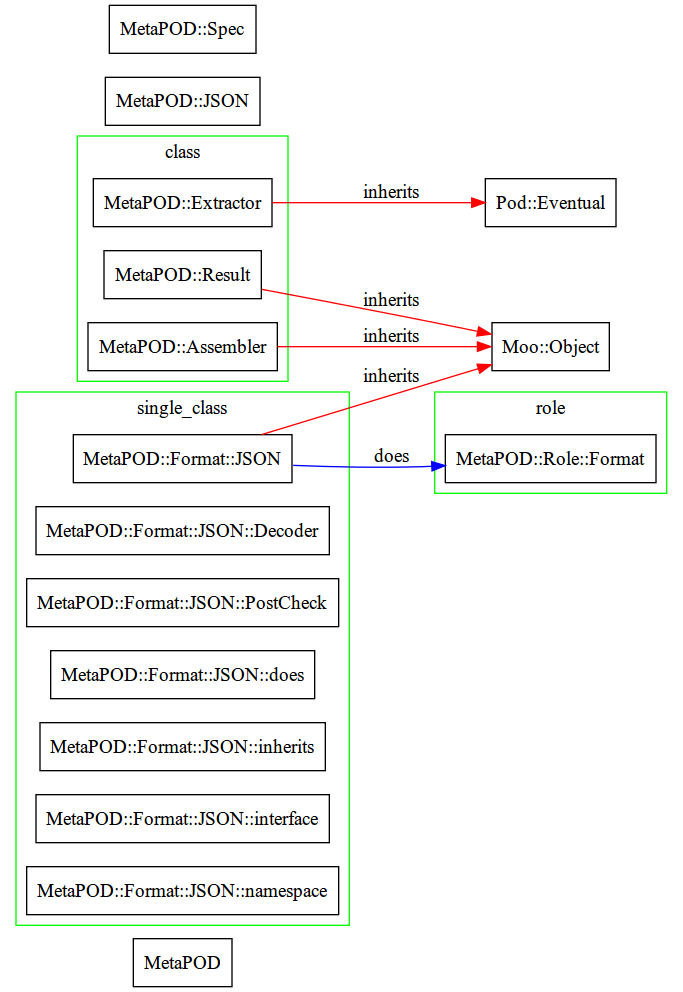
Earlier version of the Graphviz export examples/self_structure.png (gitpan/MetaPOD). Its source is kept beside it as examples/self_structure.dot.
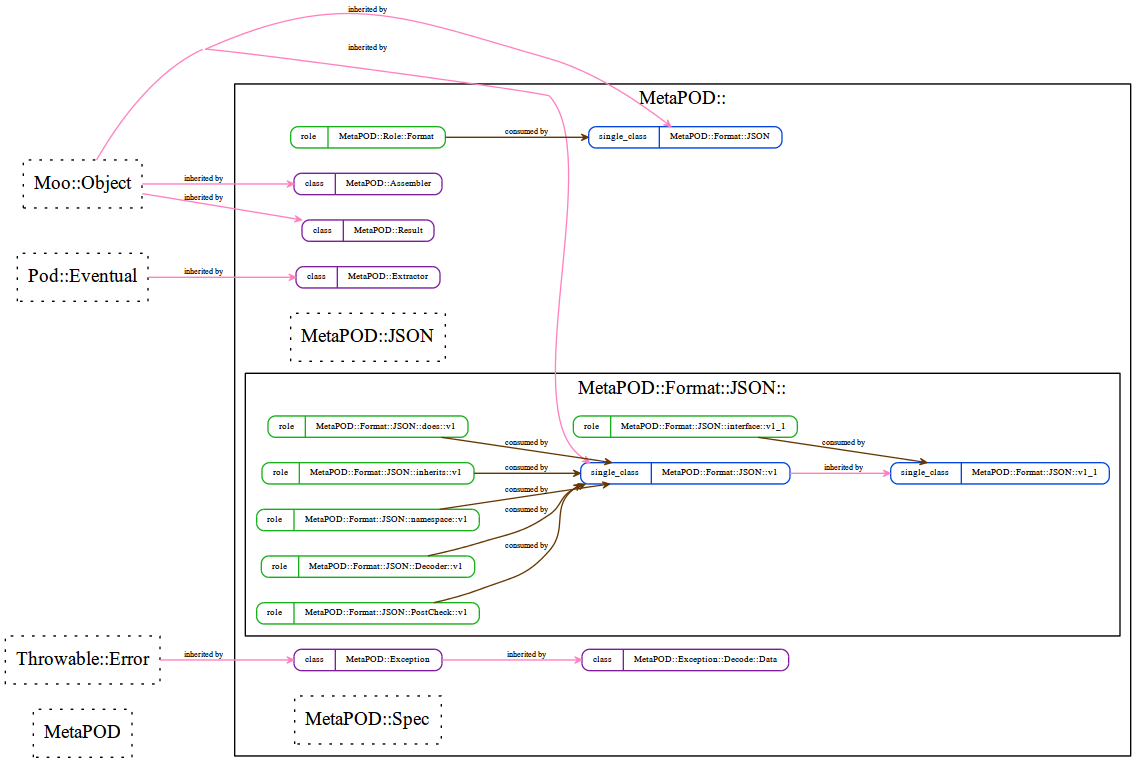
After the commit.

Change to the diagram source:
```diff
@@ -1,35 +1,52 @@
-digraph test {
-	rankdir=LR;
-	ratio="fill";
-	node [shape="box"];
-	MetaPOD [label="MetaPOD"];
-	node2 [label="Moo::Object"];
-	node4 [label="Pod::Eventual"];
-	node5 [label="MetaPOD::JSON"];
-	node7 [label="MetaPOD::Spec"];
-	node1 -> node2 [color="red", dir="forward", label="inherits"];
-	node3 -> node4 [color="red", dir="forward", label="inherits"];
-	node8 -> node9 [color="blue", dir="forward", label="does"];
-	node8 -> node2 [color="red", dir="forward", label="inherits"];
-	node6 -> node2 [color="red", dir="forward", label="inherits"];
-	subgraph cluster_class {
-		color="green"; label="class";
-		node1 [label="MetaPOD::Assembler"];
-		node3 [label="MetaPOD::Extractor"];
-		node6 [label="MetaPOD::Result"];
+graph Perl {
+	graph [compound=1, concentrate=1, mindist="0.1", rankdir=LR, sep="0.1", smoothing=triangle, splines=spline];
+	node [label="\N", shape=record, style=dotted];
+	edge [minlen=1];
+	subgraph cluster_1 {
+		graph [rankdir=TD,
+			label="MetaPOD::"];
+		subgraph cluster_2 {
+			graph [label="MetaPOD::Format::JSON::"];
+			"MetaPOD::Format::JSON::Decoder::v1" [label="{{<port1> role}|<port2> MetaPOD::Format::JSON::Decoder::v1}", shape=Mrecord, style=solid, color="#15b01a", fontsize=7, height="0.1"];
+			"MetaPOD::Format::JSON::PostCheck::v1" [label="{{<port1> role}|<port2> MetaPOD::Format::JSON::PostCheck::v1}", shape=Mrecord, style=solid, color="#15b01a", fontsize=7, height="0.1"];
+			"MetaPOD::Format::JSON::does::v1" [label="{{<port1> role}|<port2> MetaPOD::Format::JSON::does::v1}", shape=Mrecord, style=solid, color="#15b01a", fontsize=7, height="0.1"];
+			"MetaPOD::Format::JSON::inherits::v1" [label="{{<port1> role}|<port2> MetaPOD::Format::JSON::inherits::v1}", shape=Mrecord, style=solid, color="#15b01a", fontsize=7, height="0.1"];
+			"MetaPOD::Format::JSON::interface::v1_1" [label="{{<port1> role}|<port2> MetaPOD::Format::JSON::interface::v1_1}", shape=Mrecord, style=solid, color="#15b01a", fontsize=7, height="0.1"];
+			"MetaPOD::Format::JSON::namespace::v1" [label="{{<port1> role}|<port2> MetaPOD::Format::JSON::namespace::v1}", shape=Mrecord, style=solid, color="#15b01a", fontsize=7, height="0.1"];
+			"MetaPOD::Format::JSON::v1" [label="{{<port1> single_class}|<port2> MetaPOD::Format::JSON::v1}", shape=Mrecord, style=solid, color="#0343df", fontsize=7, height="0.1"];
+			"MetaPOD::Format::JSON::v1_1" [label="{{<port1> single_class}|<port2> MetaPOD::Format::JSON::v1_1}", shape=Mrecord, style=solid, color="#0343df", fontsize=7, height="0.1"];
+			"MetaPOD::Format::JSON::Decoder::v1" -- "MetaPOD::Format::JSON::v1" [arrowhead=open, arrowsize="0.5", color="#653700", dir=forward, fontsize=6, headclip=1, label="consumed by", tailclip=1, weight=1];
+			"MetaPOD::Format::JSON::PostCheck::v1" -- "MetaPOD::Format::JSON::v1" [arrowhead=open, arrowsize="0.5", color="#653700", dir=forward, fontsize=6, headclip=1, label="consumed by", tailclip=1, weight=1];
+			"MetaPOD::Format::JSON::does::v1" -- "MetaPOD::Format::JSON::v1" [arrowhead=open, arrowsize="0.5", color="#653700", dir=forward, fontsize=6, headclip=1, label="consumed by", tailclip=1, weight=1];
+			"MetaPOD::Format::JSON::inherits::v1" -- "MetaPOD::Format::JSON::v1" [arrowhead=open, arrowsize="0.5", color="#653700", dir=forward, fontsize=6, headclip=1, label="consumed by", tailclip=1, weight=1];
+			"MetaPOD::Format::JSON::namespace::v1" -- "MetaPOD::Format::JSON::v1" [arrowhead=open, arrowsize="0.5", color="#653700", dir=forward, fontsize=6, headclip=1, label="consumed by", tailclip=1, weight=1];
+			"MetaPOD::Format::JSON::v1" -- "MetaPOD::Format::JSON::v1_1" [arrowhead=open, arrowsize="0.5", color="#ff81c0", dir=forward, fontsize=6, headclip=1, label="inherited by", tailclip=1, weight=100];
+			"MetaPOD::Format::JSON::interface::v1_1" -- "MetaPOD::Format::JSON::v1_1" [arrowhead=open, arrowsize="0.5", color="#653700", dir=forward, fontsize=6, headclip=1, label="consumed by", tailclip=1, weight=1];
+		}
+		"MetaPOD::Assembler" [label="{{<port1> class}|<port2> MetaPOD::Assembler}", shape=Mrecord, style=solid, color="#7e1e9c", fontsize=7, height="0.1"];
+		"MetaPOD::Exception" [label="{{<port1> class}|<port2> MetaPOD::Exception}", shape=Mrecord, style=solid, color="#7e1e9c", fontsize=7, height="0.1"];
+		"MetaPOD::Exception::Decode::Data" [label="{{<port1> class}|<port2> MetaPOD::Exception::Decode::Data}", shape=Mrecord, style=solid, color="#7e1e9c", fontsize=7, height="0.1"];
+		"MetaPOD::Extractor" [label="{{<port1> class}|<port2> MetaPOD::Extractor}", shape=Mrecord, style=solid, color="#7e1e9c", fontsize=7, height="0.1"];
+		"MetaPOD::Format::JSON" [label="{{<port1> single_class}|<port2> MetaPOD::Format::JSON}", shape=Mrecord, style=solid, color="#0343df", fontsize=7, height="0.1"];
+		"MetaPOD::JSON" [label="<port1> MetaPOD::JSON"];
+		"MetaPOD::Result" [label="{{<port1> class}|<port2> MetaPOD::Result}", shape=Mrecord, style=solid, color="#7e1e9c", fontsize=7, height="0.1"];
+		"MetaPOD::Role::Format" [label="{{<port1> role}|<port2> MetaPOD::Role::Format}", shape=Mrecord, style=solid, color="#15b01a", fontsize=7, height="0.1"];
+		"MetaPOD::Spec" [label="<port1> MetaPOD::Spec"];
+		"MetaPOD::Role::Format" -- "MetaPOD::Format::JSON" [arrowhead=open, arrowsize="0.5", color="#653700", dir=forward, fontsize=6, headclip=1, label="consumed by", tailclip=1, weight=1];
+		"MetaPOD::Exception" -- "MetaPOD::Exception::Decode::Data" [arrowhead=open, arrowsize="0.5", color="#ff81c0", dir=forward, fontsize=6, headclip=1, label="inherited by", tailclip=1, weight=100];
 	}
-	subgraph cluster_single_class {
-		color="green"; label="single_class";
-		node8 [label="MetaPOD::Format::JSON"];
-		node10 [label="MetaPOD::Format::JSON::Decoder"];
-		node11 [label="MetaPOD::Format::JSON::PostCheck"];
-		node12 [label="MetaPOD::Format::JSON::does"];
-		node13 [label="MetaPOD::Format::JSON::inherits"];
-		node14 [label="MetaPOD::Format::JSON::interface"];
-		node15 [label="MetaPOD::Format::JSON::namespace"];
+	subgraph cluster_3 {
+		graph [rankdir=TD,
+			label="MetaPOD::Format::JSON::"];
 	}
-	subgraph cluster_role {
-		color="green"; label="role";
-		node9 [label="MetaPOD::Role::Format"];
-	}
+	MetaPOD [label="<port1> MetaPOD"];
+	"Moo::Object" [label="<port1> Moo::Object"];
+	"Pod::Eventual" [label="<port1> Pod::Eventual"];
+	"Throwable::Error" [label="<port1> Throwable::Error"];
+	"Moo::Object" -- "MetaPOD::Assembler" [arrowhead=open, arrowsize="0.5", color="#ff81c0", dir=forward, fontsize=6, headclip=1, label="inherited by", tailclip=1, weight=100];
+	"Throwable::Error" -- "MetaPOD::Exception" [arrowhead=open, arrowsize="0.5", color="#ff81c0", dir=forward, fontsize=6, headclip=1, label="inherited by", tailclip=1, weight=100];
+	"Pod::Eventual" -- "MetaPOD::Extractor" [arrowhead=open, arrowsize="0.5", color="#ff81c0", dir=forward, fontsize=6, headclip=1, label="inherited by", tailclip=1, weight=100];
+	"Moo::Object" -- "MetaPOD::Result" [arrowhead=open, arrowsize="0.5", color="#ff81c0", dir=forward, fontsize=6, headclip=1, label="inherited by", tailclip=1, weight=100];
+	"Moo::Object" -- "MetaPOD::Format::JSON" [arrowhead=open, arrowsize="0.5", color="#ff81c0", dir=forward, fontsize=6, headclip=1, label="inherited by", tailclip=1, weight=100];
+	"Moo::Object" -- "MetaPOD::Format::JSON::v1" [arrowhead=open, arrowsize="0.5", color="#ff81c0", dir=forward, fontsize=6, headclip=1, label="inherited by", tailclip=1, weight=100];
 }
```
